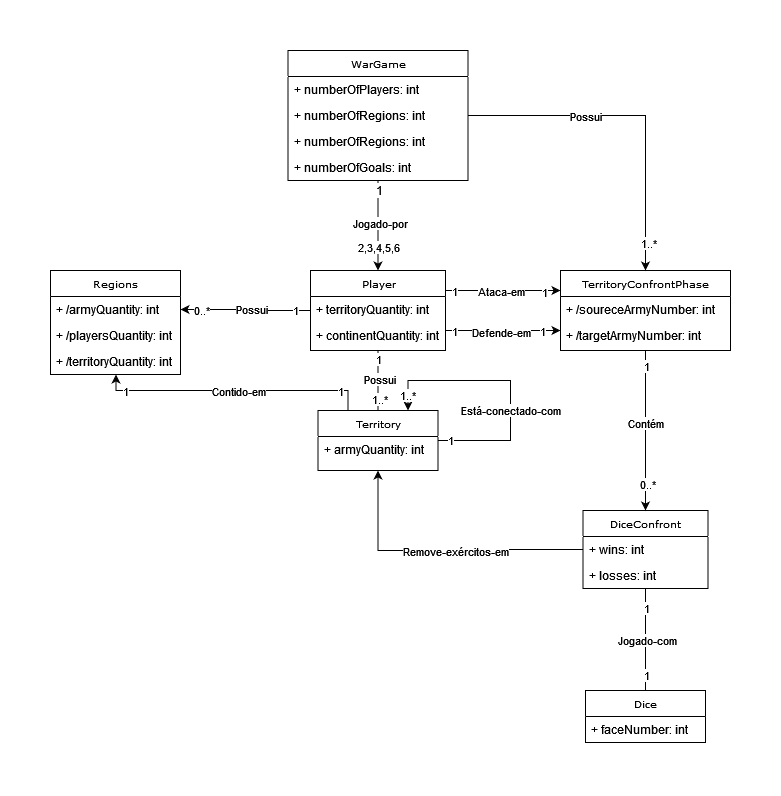
Before: DomainModelTerritoryAttack.png, a diagram exported from draw.io (Gil32610/domain-model-territory-confront). Source tidied: cells renumbered, new cells last; positions are measured from the earlier drawing's top-left corner, leaving out a move shared by most shapes.
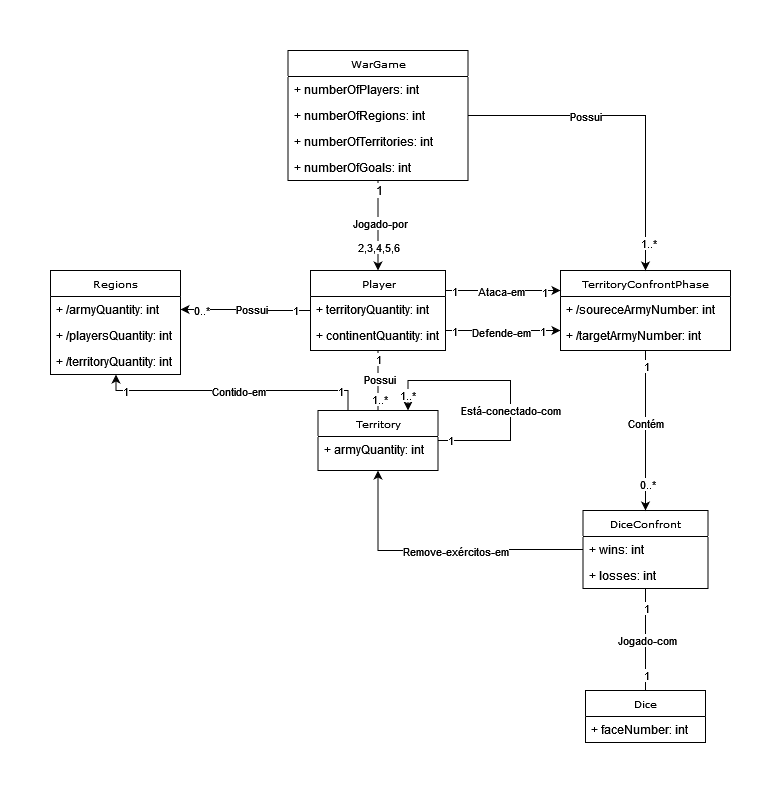
Later version of the same file.

Change to the diagram source:
```diff
@@ -149,7 +149,7 @@
     <mxCell id="42" value="+ numberOfRegions: int" style="text;html=1;strokeColor=none;fillColor=none;align=left;verticalAlign=top;spacingLeft=4;spacingRight=4;whiteSpace=wrap;overflow=hidden;points=[[0,0.5],[1,0.5]];portConstraint=eastwest;" parent="40" vertex="1">
       <mxGeometry y="52" width="180" height="26" as="geometry" />
     </mxCell>
-    <mxCell id="43" value="+ numberOfRegions: int" style="text;html=1;strokeColor=none;fillColor=none;align=left;verticalAlign=top;spacingLeft=4;spacingRight=4;whiteSpace=wrap;overflow=hidden;" parent="40" vertex="1">
+    <mxCell id="43" value="+ numberOfTerritories: int" style="text;html=1;strokeColor=none;fillColor=none;align=left;verticalAlign=top;spacingLeft=4;spacingRight=4;whiteSpace=wrap;overflow=hidden;" parent="40" vertex="1">
       <mxGeometry y="78" width="180" height="26" as="geometry" />
     </mxCell>
     <mxCell id="44" value="+ numberOfGoals: int" style="text;html=1;strokeColor=none;fillColor=none;align=left;verticalAlign=top;spacingLeft=4;spacingRight=4;whiteSpace=wrap;overflow=hidden;" parent="40" vertex="1">
```
